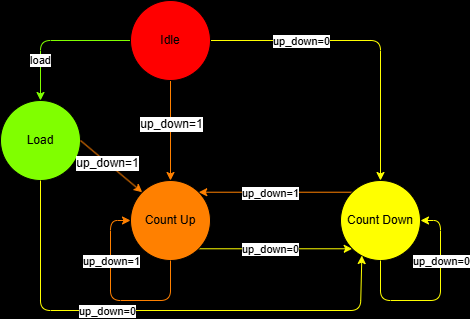
gordonpow/lab_hardware_test keeps this draw.io diagram as 2/img/FSM.png. Above is the earlier version. Source tidied: cells renumbered, new cells last; positions are measured from the earlier drawing's top-left corner, leaving out a move shared by most shapes.
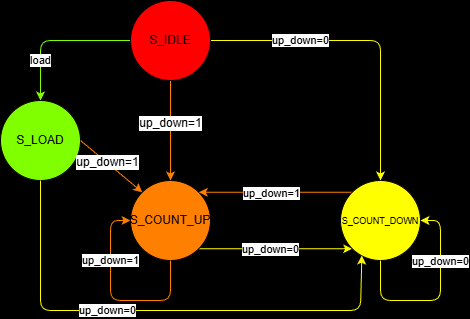
Later version of the same file.

Diff of the diagram source:
```diff
@@ -10,7 +10,7 @@
         <mxPoint x="17" as="offset" />
       </mxGeometry>
     </mxCell>
-    <mxCell id="4" value="&lt;font color=&quot;#000000&quot;&gt;Count Up&lt;/font&gt;" style="ellipse;whiteSpace=wrap;html=1;fillColor=#FF8000;" parent="1" vertex="1">
+    <mxCell id="4" value="&lt;font color=&quot;#000000&quot;&gt;S_COUNT_UP&lt;/font&gt;" style="ellipse;whiteSpace=wrap;html=1;fillColor=#FF8000;" parent="1" vertex="1">
       <mxGeometry x="130" y="180" width="80" height="80" as="geometry" />
     </mxCell>
     <mxCell id="5" style="edgeStyle=none;html=1;exitX=0;exitY=0;exitDx=0;exitDy=0;entryX=1;entryY=0;entryDx=0;entryDy=0;fillColor=#f5f5f5;strokeColor=#FF8000;" parent="1" edge="1" source="7" target="4">
@@ -21,7 +21,7 @@
         <mxPoint x="-29" as="offset" />
       </mxGeometry>
     </mxCell>
-    <mxCell id="7" value="&lt;font color=&quot;#000000&quot;&gt;Count Down&lt;/font&gt;" style="ellipse;whiteSpace=wrap;html=1;fillColor=#FFFF00;" parent="1" vertex="1">
+    <mxCell id="7" value="&lt;font style=&quot;font-size: 9px;&quot; color=&quot;#000000&quot;&gt;S_COUNT_DOWN&lt;/font&gt;" style="ellipse;whiteSpace=wrap;html=1;fillColor=#FFFF00;" parent="1" vertex="1">
       <mxGeometry x="340" y="180" width="80" height="80" as="geometry" />
     </mxCell>
     <mxCell id="8" style="edgeStyle=none;html=1;exitX=0.5;exitY=1;exitDx=0;exitDy=0;entryX=0.5;entryY=0;entryDx=0;entryDy=0;fillColor=#f5f5f5;strokeColor=#FF8000;" parent="1" edge="1" source="13" target="4">
@@ -49,7 +49,7 @@
         </Array>
       </mxGeometry>
     </mxCell>
-    <mxCell id="13" value="&lt;font color=&quot;#000000&quot;&gt;Idle&lt;/font&gt;" style="ellipse;whiteSpace=wrap;html=1;fillColor=#FF0000;" parent="1" vertex="1">
+    <mxCell id="13" value="&lt;font color=&quot;#000000&quot;&gt;S_IDLE&lt;/font&gt;" style="ellipse;whiteSpace=wrap;html=1;fillColor=#FF0000;" parent="1" vertex="1">
       <mxGeometry x="130" width="80" height="80" as="geometry" />
     </mxCell>
     <mxCell id="14" style="edgeStyle=none;html=1;exitX=0.5;exitY=1;exitDx=0;exitDy=0;entryX=0;entryY=0.5;entryDx=0;entryDy=0;fillColor=#f5f5f5;strokeColor=#FF8000;" parent="1" edge="1" source="4" target="4">
@@ -80,7 +80,7 @@
         <mxPoint y="-18" as="offset" />
       </mxGeometry>
     </mxCell>
-    <mxCell id="18" value="&lt;font color=&quot;#000000&quot;&gt;Load&lt;/font&gt;" style="ellipse;whiteSpace=wrap;html=1;fillColor=#80FF00;" parent="1" vertex="1">
+    <mxCell id="18" value="&lt;font color=&quot;#000000&quot;&gt;S_LOAD&lt;/font&gt;" style="ellipse;whiteSpace=wrap;html=1;fillColor=#80FF00;" parent="1" vertex="1">
       <mxGeometry y="100" width="80" height="80" as="geometry" />
     </mxCell>
     <mxCell id="19" style="edgeStyle=none;html=1;exitX=1;exitY=0.5;exitDx=0;exitDy=0;entryX=0;entryY=0;entryDx=0;entryDy=0;fillColor=#f5f5f5;strokeColor=#FF8000;" parent="1" edge="1" source="18" target="4">
```
